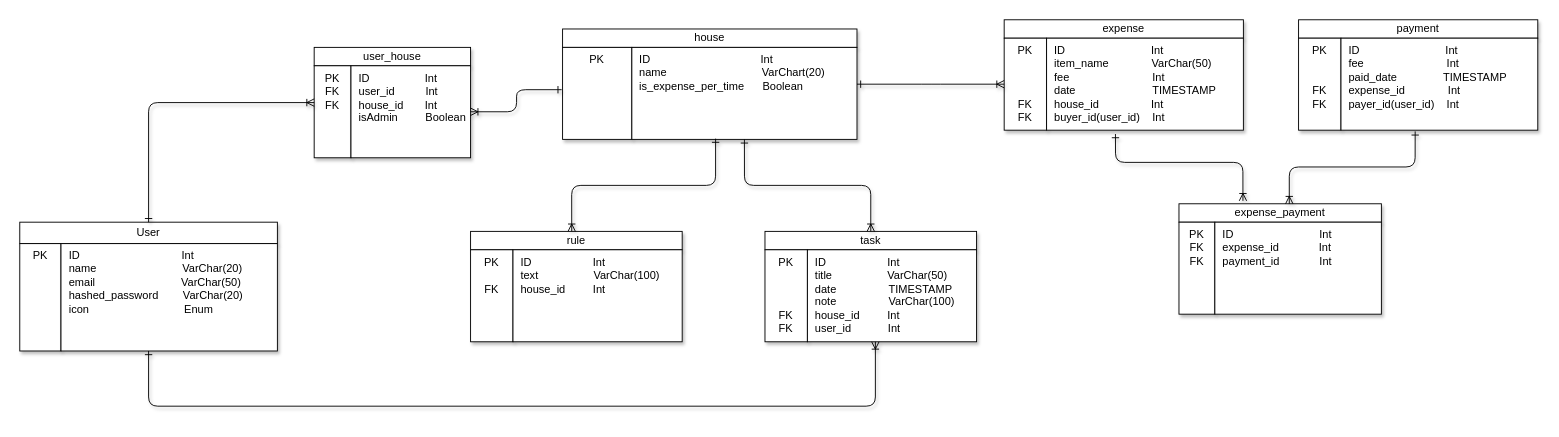
This is server/erd.drawio from HAK2024/fairy-share, a draw.io file, before an edit. Source tidied: cells renumbered, new cells numbered last; positions are measured from the earlier drawing's top-left corner, leaving out a move shared by most shapes. Both pictures are drawn from the tidied source at 92%, with x=0, y=0 at pixel (19, 19).
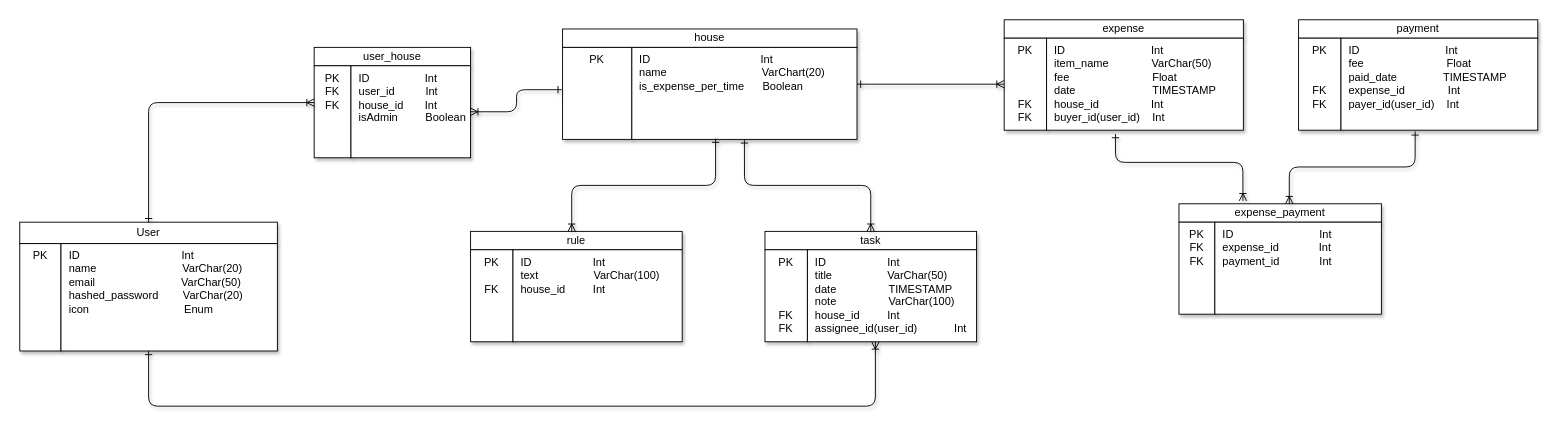
The same diagram, later.

The change refers to these unchanged cells:
```xml
<mxCell id="18" style="group;" parent="1" vertex="1">
  <mxGeometry x="810" y="230" width="230" height="120" as="geometry" />
</mxCell>
<mxCell id="22" style="group;" parent="1" vertex="1">
  <mxGeometry x="1070" width="260" height="120" as="geometry" />
</mxCell>
<mxCell id="26" style="group;" parent="1" vertex="1">
  <mxGeometry x="1390" width="260" height="120" as="geometry" />
</mxCell>
```

Change to the diagram source:
```diff
@@
-    <mxCell id="21" value="&amp;nbsp; ID&amp;nbsp; &amp;nbsp; &amp;nbsp; &amp;nbsp; &amp;nbsp; &amp;nbsp; &amp;nbsp; &amp;nbsp; &amp;nbsp; &amp;nbsp; Int&lt;br&gt;&amp;nbsp; title&amp;nbsp; &amp;nbsp; &amp;nbsp; &amp;nbsp; &amp;nbsp; &amp;nbsp; &amp;nbsp; &amp;nbsp; &amp;nbsp; VarChar(50)&lt;br&gt;&amp;nbsp; date&amp;nbsp; &amp;nbsp; &amp;nbsp; &amp;nbsp; &amp;nbsp; &amp;nbsp; &amp;nbsp; &amp;nbsp; &amp;nbsp;TIMESTAMP&lt;br&gt;&amp;nbsp; note&amp;nbsp; &amp;nbsp; &amp;nbsp; &amp;nbsp; &amp;nbsp; &amp;nbsp; &amp;nbsp; &amp;nbsp; &amp;nbsp;VarChar(100)&lt;br&gt;&amp;nbsp; house_id&amp;nbsp; &amp;nbsp; &amp;nbsp; &amp;nbsp; &amp;nbsp;Int&lt;br&gt;&amp;nbsp; user_id&amp;nbsp; &amp;nbsp; &amp;nbsp; &amp;nbsp; &amp;nbsp; &amp;nbsp; Int" style="whiteSpace=wrap;html=1;shadow=1;fontSize=12;verticalAlign=top;align=left;labelBorderColor=none;strokeColor=default;" parent="18" vertex="1">
+    <mxCell id="21" value="&amp;nbsp; ID&amp;nbsp; &amp;nbsp; &amp;nbsp; &amp;nbsp; &amp;nbsp; &amp;nbsp; &amp;nbsp; &amp;nbsp; &amp;nbsp; &amp;nbsp; Int&lt;br&gt;&amp;nbsp; title&amp;nbsp; &amp;nbsp; &amp;nbsp; &amp;nbsp; &amp;nbsp; &amp;nbsp; &amp;nbsp; &amp;nbsp; &amp;nbsp; VarChar(50)&lt;br&gt;&amp;nbsp; date&amp;nbsp; &amp;nbsp; &amp;nbsp; &amp;nbsp; &amp;nbsp; &amp;nbsp; &amp;nbsp; &amp;nbsp; &amp;nbsp;TIMESTAMP&lt;br&gt;&amp;nbsp; note&amp;nbsp; &amp;nbsp; &amp;nbsp; &amp;nbsp; &amp;nbsp; &amp;nbsp; &amp;nbsp; &amp;nbsp; &amp;nbsp;VarChar(100)&lt;br&gt;&amp;nbsp; house_id&amp;nbsp; &amp;nbsp; &amp;nbsp; &amp;nbsp; &amp;nbsp;Int&lt;br&gt;&amp;nbsp; assignee_id(user_id)&amp;nbsp; &amp;nbsp; &amp;nbsp; &amp;nbsp; &amp;nbsp; &amp;nbsp; Int" style="whiteSpace=wrap;html=1;shadow=1;fontSize=12;verticalAlign=top;align=left;labelBorderColor=none;strokeColor=default;" parent="18" vertex="1">
       <mxGeometry x="46.1" y="20" width="183.9" height="100" as="geometry" />
     </mxCell>
@@
-    <mxCell id="25" value="&amp;nbsp; ID&amp;nbsp; &amp;nbsp; &amp;nbsp; &amp;nbsp; &amp;nbsp; &amp;nbsp; &amp;nbsp; &amp;nbsp; &amp;nbsp; &amp;nbsp; &amp;nbsp; &amp;nbsp; &amp;nbsp; &amp;nbsp; Int&lt;br&gt;&amp;nbsp; item_name&amp;nbsp; &amp;nbsp; &amp;nbsp; &amp;nbsp; &amp;nbsp; &amp;nbsp; &amp;nbsp; VarChar(50)&lt;br&gt;&amp;nbsp; fee&amp;nbsp; &amp;nbsp; &amp;nbsp; &amp;nbsp; &amp;nbsp; &amp;nbsp; &amp;nbsp; &amp;nbsp; &amp;nbsp; &amp;nbsp; &amp;nbsp; &amp;nbsp; &amp;nbsp; &amp;nbsp;Int&lt;br&gt;&amp;nbsp; date&amp;nbsp; &amp;nbsp; &amp;nbsp; &amp;nbsp; &amp;nbsp; &amp;nbsp; &amp;nbsp; &amp;nbsp; &amp;nbsp; &amp;nbsp; &amp;nbsp; &amp;nbsp; &amp;nbsp;TIMESTAMP&lt;br&gt;&amp;nbsp; house_id&amp;nbsp; &amp;nbsp; &amp;nbsp; &amp;nbsp; &amp;nbsp; &amp;nbsp; &amp;nbsp; &amp;nbsp; &amp;nbsp;Int&lt;br&gt;&amp;nbsp; buyer_id(user_id)&amp;nbsp; &amp;nbsp; Int" style="whiteSpace=wrap;html=1;shadow=1;fontSize=12;verticalAlign=top;align=left;labelBorderColor=none;strokeColor=default;" parent="22" vertex="1">
+    <mxCell id="25" value="&amp;nbsp; ID&amp;nbsp; &amp;nbsp; &amp;nbsp; &amp;nbsp; &amp;nbsp; &amp;nbsp; &amp;nbsp; &amp;nbsp; &amp;nbsp; &amp;nbsp; &amp;nbsp; &amp;nbsp; &amp;nbsp; &amp;nbsp; Int&lt;br&gt;&amp;nbsp; item_name&amp;nbsp; &amp;nbsp; &amp;nbsp; &amp;nbsp; &amp;nbsp; &amp;nbsp; &amp;nbsp; VarChar(50)&lt;br&gt;&amp;nbsp; fee&amp;nbsp; &amp;nbsp; &amp;nbsp; &amp;nbsp; &amp;nbsp; &amp;nbsp; &amp;nbsp; &amp;nbsp; &amp;nbsp; &amp;nbsp; &amp;nbsp; &amp;nbsp; &amp;nbsp; &amp;nbsp;Float&lt;br&gt;&amp;nbsp; date&amp;nbsp; &amp;nbsp; &amp;nbsp; &amp;nbsp; &amp;nbsp; &amp;nbsp; &amp;nbsp; &amp;nbsp; &amp;nbsp; &amp;nbsp; &amp;nbsp; &amp;nbsp; &amp;nbsp;TIMESTAMP&lt;br&gt;&amp;nbsp; house_id&amp;nbsp; &amp;nbsp; &amp;nbsp; &amp;nbsp; &amp;nbsp; &amp;nbsp; &amp;nbsp; &amp;nbsp; &amp;nbsp;Int&lt;br&gt;&amp;nbsp; buyer_id(user_id)&amp;nbsp; &amp;nbsp; Int" style="whiteSpace=wrap;html=1;shadow=1;fontSize=12;verticalAlign=top;align=left;labelBorderColor=none;strokeColor=default;" parent="22" vertex="1">
       <mxGeometry x="46.1" y="20" width="213.9" height="100" as="geometry" />
     </mxCell>
@@
-    <mxCell id="29" value="&amp;nbsp; ID&amp;nbsp; &amp;nbsp; &amp;nbsp; &amp;nbsp; &amp;nbsp; &amp;nbsp; &amp;nbsp; &amp;nbsp; &amp;nbsp; &amp;nbsp; &amp;nbsp; &amp;nbsp; &amp;nbsp; &amp;nbsp; Int&lt;br&gt;&amp;nbsp; fee&amp;nbsp; &amp;nbsp; &amp;nbsp; &amp;nbsp; &amp;nbsp; &amp;nbsp; &amp;nbsp; &amp;nbsp; &amp;nbsp; &amp;nbsp; &amp;nbsp; &amp;nbsp; &amp;nbsp; &amp;nbsp;Int&lt;br&gt;&amp;nbsp; paid_date&amp;nbsp; &amp;nbsp; &amp;nbsp; &amp;nbsp; &amp;nbsp; &amp;nbsp; &amp;nbsp; &amp;nbsp;TIMESTAMP&lt;br&gt;&amp;nbsp; expense_id&amp;nbsp; &amp;nbsp; &amp;nbsp; &amp;nbsp; &amp;nbsp; &amp;nbsp; &amp;nbsp; Int&lt;br&gt;&amp;nbsp; payer_id(user_id)&amp;nbsp; &amp;nbsp; Int" style="whiteSpace=wrap;html=1;shadow=1;fontSize=12;verticalAlign=top;align=left;labelBorderColor=none;strokeColor=default;" parent="26" vertex="1">
+    <mxCell id="29" value="&amp;nbsp; ID&amp;nbsp; &amp;nbsp; &amp;nbsp; &amp;nbsp; &amp;nbsp; &amp;nbsp; &amp;nbsp; &amp;nbsp; &amp;nbsp; &amp;nbsp; &amp;nbsp; &amp;nbsp; &amp;nbsp; &amp;nbsp; Int&lt;br&gt;&amp;nbsp; fee&amp;nbsp; &amp;nbsp; &amp;nbsp; &amp;nbsp; &amp;nbsp; &amp;nbsp; &amp;nbsp; &amp;nbsp; &amp;nbsp; &amp;nbsp; &amp;nbsp; &amp;nbsp; &amp;nbsp; &amp;nbsp;Float&lt;br&gt;&amp;nbsp; paid_date&amp;nbsp; &amp;nbsp; &amp;nbsp; &amp;nbsp; &amp;nbsp; &amp;nbsp; &amp;nbsp; &amp;nbsp;TIMESTAMP&lt;br&gt;&amp;nbsp; expense_id&amp;nbsp; &amp;nbsp; &amp;nbsp; &amp;nbsp; &amp;nbsp; &amp;nbsp; &amp;nbsp; Int&lt;br&gt;&amp;nbsp; payer_id(user_id)&amp;nbsp; &amp;nbsp; Int" style="whiteSpace=wrap;html=1;shadow=1;fontSize=12;verticalAlign=top;align=left;labelBorderColor=none;strokeColor=default;" parent="26" vertex="1">
       <mxGeometry x="46.1" y="20" width="213.9" height="100" as="geometry" />
     </mxCell>
```
